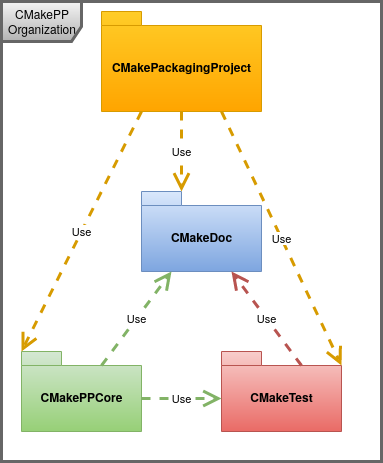
The draw.io diagram organization.png in CMakePP/cmakepp.github.io, before a commit. Source tidied: cells renumbered, new cells last; positions are measured from the earlier drawing's top-left corner, leaving out a move shared by most shapes. Its diagram source:
```xml
<mxGraphModel>
  <root>
    <mxCell id="0" />
    <mxCell id="1" parent="0" />
    <mxCell id="2" value="CMakePP Organization" style="shape=umlFrame;whiteSpace=wrap;html=1;gradientColor=#b3b3b3;fillColor=#f5f5f5;strokeColor=#666666;width=80;height=40;strokeWidth=3;" parent="1" vertex="1">
      <mxGeometry width="380" height="460" as="geometry" />
    </mxCell>
    <mxCell id="3" value="CMakeDoc" style="shape=folder;fontStyle=1;spacingTop=10;tabWidth=40;tabHeight=14;tabPosition=left;html=1;gradientColor=#7ea6e0;fillColor=#dae8fc;strokeColor=#6c8ebf;" parent="1" vertex="1">
      <mxGeometry x="140" y="190" width="120" height="80" as="geometry" />
    </mxCell>
    <mxCell id="4" value="CMakeTest" style="shape=folder;fontStyle=1;spacingTop=10;tabWidth=40;tabHeight=14;tabPosition=left;html=1;gradientColor=#ea6b66;fillColor=#f8cecc;strokeColor=#b85450;" parent="1" vertex="1">
      <mxGeometry x="220" y="350" width="120" height="80" as="geometry" />
    </mxCell>
    <mxCell id="5" value="Use" style="endArrow=open;endSize=12;dashed=1;html=1;exitX=0;exitY=0;exitDx=80;exitDy=14;exitPerimeter=0;entryX=0.75;entryY=1;entryDx=0;entryDy=0;entryPerimeter=0;gradientColor=#ea6b66;fillColor=#f8cecc;strokeColor=#b85450;strokeWidth=3;" parent="1" edge="1" source="4" target="3">
      <mxGeometry relative="1" as="geometry" />
    </mxCell>
    <mxCell id="6" value="CMakePPCore" style="shape=folder;fontStyle=1;spacingTop=10;tabWidth=40;tabHeight=14;tabPosition=left;html=1;gradientColor=#97d077;fillColor=#d5e8d4;strokeColor=#82b366;" parent="1" vertex="1">
      <mxGeometry x="20" y="350" width="120" height="80" as="geometry" />
    </mxCell>
    <mxCell id="7" value="Use" style="endArrow=open;endSize=12;dashed=1;html=1;entryX=0;entryY=0;entryDx=0;entryDy=47;entryPerimeter=0;exitX=0;exitY=0;exitDx=120;exitDy=47;exitPerimeter=0;gradientColor=#97d077;fillColor=#d5e8d4;strokeColor=#82b366;strokeWidth=3;" parent="1" edge="1" source="6" target="4">
      <mxGeometry relative="1" as="geometry" />
    </mxCell>
    <mxCell id="8" value="Use" style="endArrow=open;endSize=12;dashed=1;html=1;entryX=0.25;entryY=1;entryDx=0;entryDy=0;entryPerimeter=0;exitX=0;exitY=0;exitDx=80;exitDy=14;exitPerimeter=0;gradientColor=#97d077;fillColor=#d5e8d4;strokeColor=#82b366;strokeWidth=3;" parent="1" edge="1" source="6" target="3">
      <mxGeometry relative="1" as="geometry" />
    </mxCell>
    <mxCell id="9" value="CMakePackagingProject" style="shape=folder;fontStyle=1;spacingTop=10;tabWidth=40;tabHeight=14;tabPosition=left;html=1;gradientColor=#ffa500;fillColor=#ffcd28;strokeColor=#d79b00;" parent="1" vertex="1">
      <mxGeometry x="100" y="10" width="160" height="100" as="geometry" />
    </mxCell>
    <mxCell id="10" value="Use" style="endArrow=open;endSize=12;dashed=1;html=1;entryX=0;entryY=0;entryDx=0;entryDy=0;entryPerimeter=0;exitX=0.25;exitY=1;exitDx=0;exitDy=0;exitPerimeter=0;gradientColor=#ffa500;fillColor=#ffcd28;strokeColor=#d79b00;strokeWidth=3;" parent="1" edge="1" source="9" target="6">
      <mxGeometry relative="1" as="geometry" />
    </mxCell>
    <mxCell id="11" value="Use" style="endArrow=open;endSize=12;dashed=1;html=1;entryX=0;entryY=0;entryDx=40;entryDy=0;entryPerimeter=0;exitX=0.5;exitY=1;exitDx=0;exitDy=0;exitPerimeter=0;gradientColor=#ffa500;fillColor=#ffcd28;strokeColor=#d79b00;strokeWidth=3;" parent="1" edge="1" source="9" target="3">
      <mxGeometry relative="1" as="geometry" />
    </mxCell>
    <mxCell id="12" value="Use" style="endArrow=open;endSize=12;dashed=1;html=1;entryX=0;entryY=0;entryDx=120;entryDy=14;entryPerimeter=0;exitX=0.75;exitY=1;exitDx=0;exitDy=0;exitPerimeter=0;gradientColor=#ffa500;fillColor=#ffcd28;strokeColor=#d79b00;strokeWidth=3;" parent="1" edge="1" source="9" target="4">
      <mxGeometry relative="1" as="geometry" />
    </mxCell>
  </root>
</mxGraphModel>
```
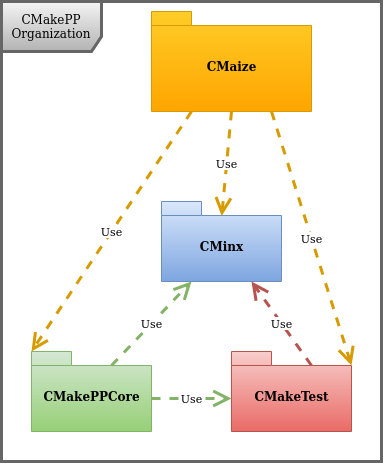
The same diagram one commit later.

Commit message:
update docs replacing CMakePackagingProject with CMaize and CMakeDoc with CMinx

Change to the diagram source:
```diff
@@ -2,11 +2,11 @@
   <root>
     <mxCell id="0" />
     <mxCell id="1" parent="0" />
-    <mxCell id="2" value="CMakePP Organization" style="shape=umlFrame;whiteSpace=wrap;html=1;gradientColor=#b3b3b3;fillColor=#f5f5f5;strokeColor=#666666;width=80;height=40;strokeWidth=3;" parent="1" vertex="1">
-      <mxGeometry width="380" height="460" as="geometry" />
+    <mxCell id="2" value="CMakePP Organization" style="shape=umlFrame;whiteSpace=wrap;html=1;gradientColor=#b3b3b3;fillColor=#f5f5f5;strokeColor=#666666;width=100;height=50;strokeWidth=3;" parent="1" vertex="1">
+      <mxGeometry x="-10" width="380" height="460" as="geometry" />
     </mxCell>
-    <mxCell id="3" value="CMakeDoc" style="shape=folder;fontStyle=1;spacingTop=10;tabWidth=40;tabHeight=14;tabPosition=left;html=1;gradientColor=#7ea6e0;fillColor=#dae8fc;strokeColor=#6c8ebf;" parent="1" vertex="1">
-      <mxGeometry x="140" y="190" width="120" height="80" as="geometry" />
+    <mxCell id="3" value="CMinx" style="shape=folder;fontStyle=1;spacingTop=10;tabWidth=40;tabHeight=14;tabPosition=left;html=1;gradientColor=#7ea6e0;fillColor=#dae8fc;strokeColor=#6c8ebf;" parent="1" vertex="1">
+      <mxGeometry x="150" y="200" width="120" height="80" as="geometry" />
     </mxCell>
     <mxCell id="4" value="CMakeTest" style="shape=folder;fontStyle=1;spacingTop=10;tabWidth=40;tabHeight=14;tabPosition=left;html=1;gradientColor=#ea6b66;fillColor=#f8cecc;strokeColor=#b85450;" parent="1" vertex="1">
       <mxGeometry x="220" y="350" width="120" height="80" as="geometry" />
@@ -23,13 +23,13 @@
     <mxCell id="8" value="Use" style="endArrow=open;endSize=12;dashed=1;html=1;entryX=0.25;entryY=1;entryDx=0;entryDy=0;entryPerimeter=0;exitX=0;exitY=0;exitDx=80;exitDy=14;exitPerimeter=0;gradientColor=#97d077;fillColor=#d5e8d4;strokeColor=#82b366;strokeWidth=3;" parent="1" edge="1" source="6" target="3">
       <mxGeometry relative="1" as="geometry" />
     </mxCell>
-    <mxCell id="9" value="CMakePackagingProject" style="shape=folder;fontStyle=1;spacingTop=10;tabWidth=40;tabHeight=14;tabPosition=left;html=1;gradientColor=#ffa500;fillColor=#ffcd28;strokeColor=#d79b00;" parent="1" vertex="1">
-      <mxGeometry x="100" y="10" width="160" height="100" as="geometry" />
+    <mxCell id="9" value="CMaize" style="shape=folder;fontStyle=1;spacingTop=10;tabWidth=40;tabHeight=14;tabPosition=left;html=1;gradientColor=#ffa500;fillColor=#ffcd28;strokeColor=#d79b00;" parent="1" vertex="1">
+      <mxGeometry x="140" y="10" width="160" height="100" as="geometry" />
     </mxCell>
     <mxCell id="10" value="Use" style="endArrow=open;endSize=12;dashed=1;html=1;entryX=0;entryY=0;entryDx=0;entryDy=0;entryPerimeter=0;exitX=0.25;exitY=1;exitDx=0;exitDy=0;exitPerimeter=0;gradientColor=#ffa500;fillColor=#ffcd28;strokeColor=#d79b00;strokeWidth=3;" parent="1" edge="1" source="9" target="6">
       <mxGeometry relative="1" as="geometry" />
     </mxCell>
-    <mxCell id="11" value="Use" style="endArrow=open;endSize=12;dashed=1;html=1;entryX=0;entryY=0;entryDx=40;entryDy=0;entryPerimeter=0;exitX=0.5;exitY=1;exitDx=0;exitDy=0;exitPerimeter=0;gradientColor=#ffa500;fillColor=#ffcd28;strokeColor=#d79b00;strokeWidth=3;" parent="1" edge="1" source="9" target="3">
+    <mxCell id="11" value="Use" style="endArrow=open;endSize=12;dashed=1;html=1;exitX=0.5;exitY=1;exitDx=0;exitDy=0;exitPerimeter=0;gradientColor=#ffa500;fillColor=#ffcd28;strokeColor=#d79b00;strokeWidth=3;entryX=0.502;entryY=0.18;entryDx=0;entryDy=0;entryPerimeter=0;" parent="1" edge="1" source="9" target="3">
       <mxGeometry relative="1" as="geometry" />
     </mxCell>
     <mxCell id="12" value="Use" style="endArrow=open;endSize=12;dashed=1;html=1;entryX=0;entryY=0;entryDx=120;entryDy=14;entryPerimeter=0;exitX=0.75;exitY=1;exitDx=0;exitDy=0;exitPerimeter=0;gradientColor=#ffa500;fillColor=#ffcd28;strokeColor=#d79b00;strokeWidth=3;" parent="1" edge="1" source="9" target="4">
```
